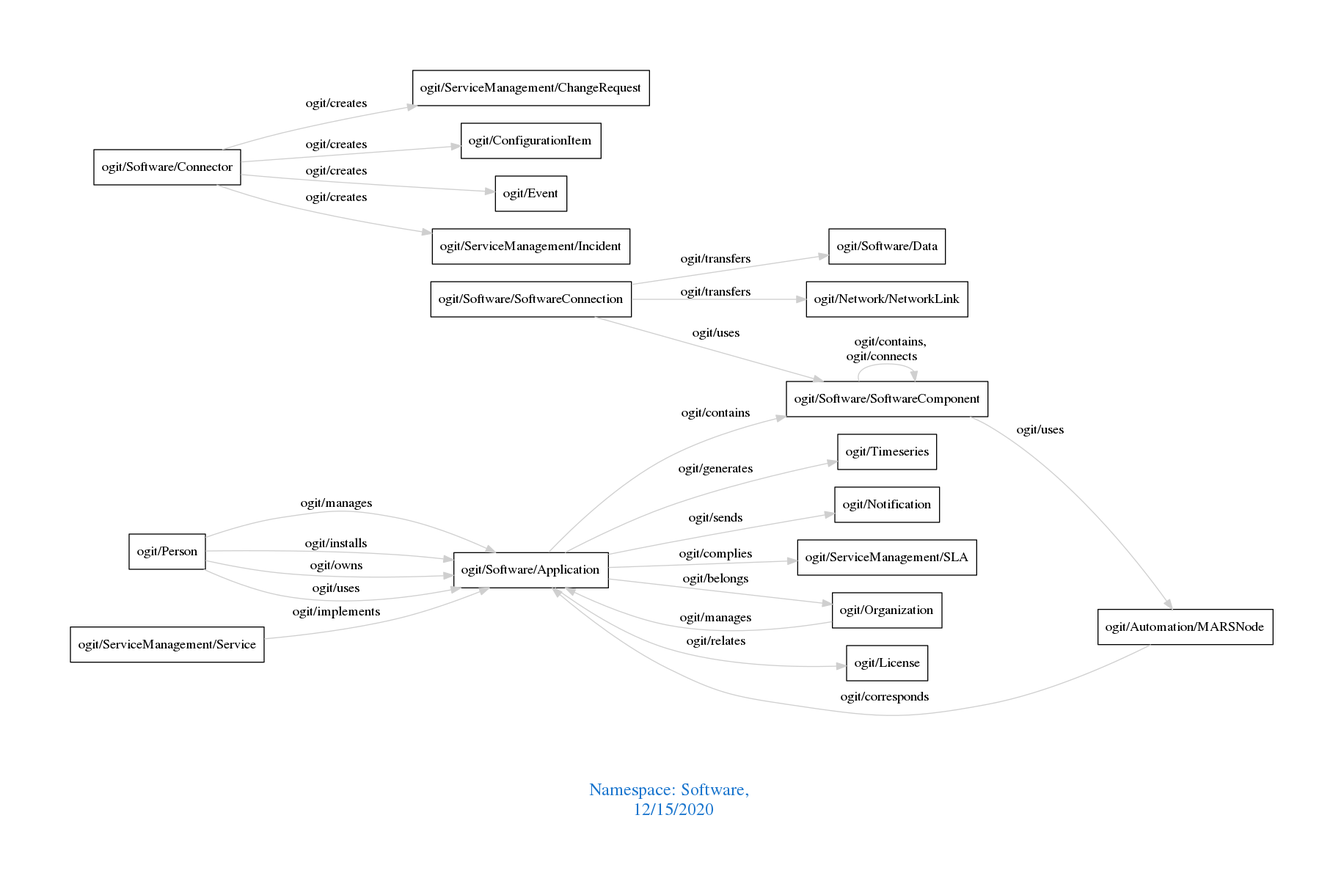
The Graphviz diagram downloads/Software.png in arago/OGIT, before a commit. Its source is kept beside it as downloads/Software.dot.
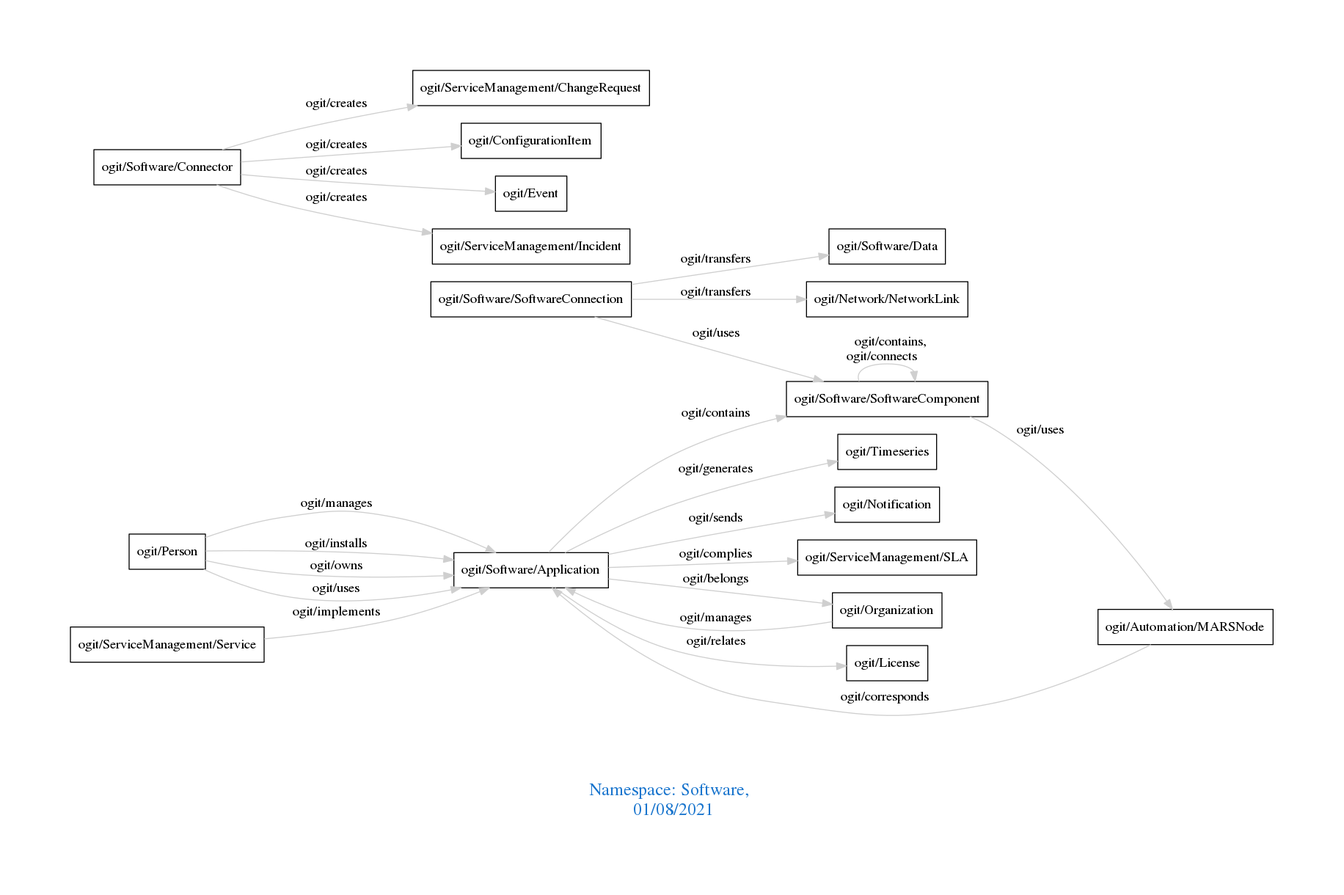
Above is the later version.

Diff of the diagram source:
```diff
@@ -1,7 +1,7 @@
 digraph OGIT_ontology {
  graph [ rankdir= LR,pad=1
 fontsize = 18,
-fontcolor= dodgerblue3,label = "\n\n\nNamespace: Software, \n 12/15/2020"];
+fontcolor= dodgerblue3,label = "\n\n\nNamespace: Software, \n 01/08/2021"];
 node[shape=polygon];
 edge [  color="gray81"];
 
```
